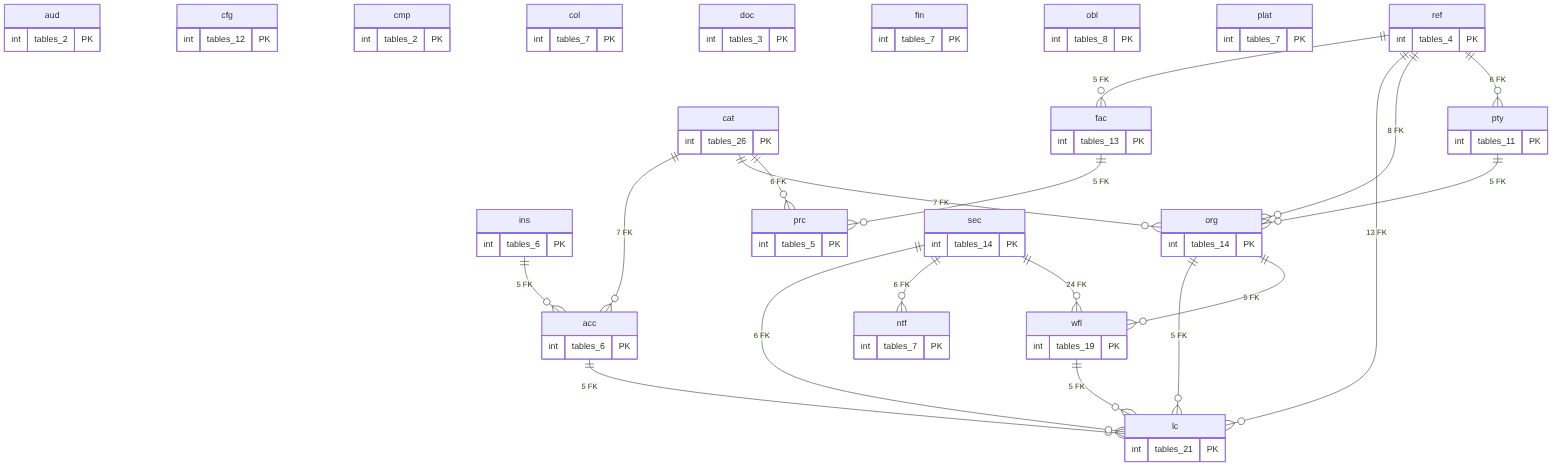
Above: treasury-platform/docs/diagrams/erd/schema_map.png in thawrasy/smartlines (Mermaid), before the change. Its source is kept beside it as treasury-platform/docs/diagrams/erd/schema_map.mmd. Source of this version:
```mermaid
erDiagram
  acc {
    int tables_6 PK
  }
  aud {
    int tables_2 PK
  }
  cat {
    int tables_26 PK
  }
  cfg {
    int tables_12 PK
  }
  cmp {
    int tables_2 PK
  }
  col {
    int tables_7 PK
  }
  doc {
    int tables_3 PK
  }
  fac {
    int tables_13 PK
  }
  fin {
    int tables_7 PK
  }
  ins {
    int tables_6 PK
  }
  lc {
    int tables_21 PK
  }
  ntf {
    int tables_7 PK
  }
  obl {
    int tables_8 PK
  }
  org {
    int tables_14 PK
  }
  plat {
    int tables_7 PK
  }
  prc {
    int tables_5 PK
  }
  pty {
    int tables_11 PK
  }
  ref {
    int tables_4 PK
  }
  sec {
    int tables_14 PK
  }
  wfl {
    int tables_19 PK
  }
  acc ||--o{ lc : "5 FK"
  cat ||--o{ acc : "7 FK"
  cat ||--o{ org : "7 FK"
  cat ||--o{ prc : "6 FK"
  fac ||--o{ prc : "5 FK"
  ins ||--o{ acc : "5 FK"
  org ||--o{ lc : "5 FK"
  org ||--o{ wfl : "5 FK"
  pty ||--o{ org : "5 FK"
  ref ||--o{ fac : "5 FK"
  ref ||--o{ lc : "13 FK"
  ref ||--o{ org : "8 FK"
  ref ||--o{ pty : "6 FK"
  sec ||--o{ lc : "6 FK"
  sec ||--o{ ntf : "6 FK"
  sec ||--o{ wfl : "24 FK"
  wfl ||--o{ lc : "5 FK"
```
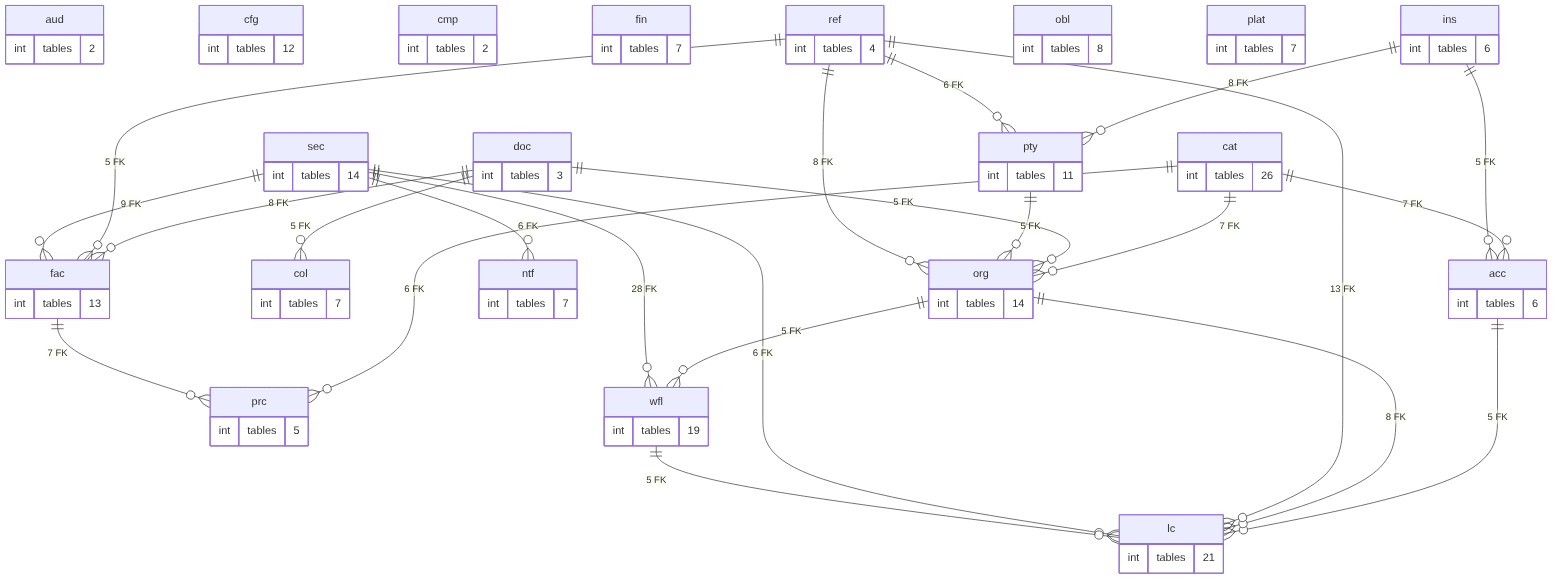
After the change.

The edit, as a diff of the source:
```diff
@@ -1,78 +1,83 @@
 erDiagram
   acc {
-    int tables_6 PK
+    int tables "6"
   }
   aud {
-    int tables_2 PK
+    int tables "2"
   }
   cat {
-    int tables_26 PK
+    int tables "26"
   }
   cfg {
-    int tables_12 PK
+    int tables "12"
   }
   cmp {
-    int tables_2 PK
+    int tables "2"
   }
   col {
-    int tables_7 PK
+    int tables "7"
   }
   doc {
-    int tables_3 PK
+    int tables "3"
   }
   fac {
-    int tables_13 PK
+    int tables "13"
   }
   fin {
-    int tables_7 PK
+    int tables "7"
   }
   ins {
-    int tables_6 PK
+    int tables "6"
   }
   lc {
-    int tables_21 PK
+    int tables "21"
   }
   ntf {
-    int tables_7 PK
+    int tables "7"
   }
   obl {
-    int tables_8 PK
+    int tables "8"
   }
   org {
-    int tables_14 PK
+    int tables "14"
   }
   plat {
-    int tables_7 PK
+    int tables "7"
   }
   prc {
-    int tables_5 PK
+    int tables "5"
   }
   pty {
-    int tables_11 PK
+    int tables "11"
   }
   ref {
-    int tables_4 PK
+    int tables "4"
   }
   sec {
-    int tables_14 PK
+    int tables "14"
   }
   wfl {
-    int tables_19 PK
+    int tables "19"
   }
   acc ||--o{ lc : "5 FK"
   cat ||--o{ acc : "7 FK"
   cat ||--o{ org : "7 FK"
   cat ||--o{ prc : "6 FK"
-  fac ||--o{ prc : "5 FK"
+  doc ||--o{ col : "5 FK"
+  doc ||--o{ fac : "8 FK"
+  doc ||--o{ org : "5 FK"
+  fac ||--o{ prc : "7 FK"
   ins ||--o{ acc : "5 FK"
-  org ||--o{ lc : "5 FK"
+  ins ||--o{ pty : "8 FK"
+  org ||--o{ lc : "8 FK"
   org ||--o{ wfl : "5 FK"
   pty ||--o{ org : "5 FK"
   ref ||--o{ fac : "5 FK"
   ref ||--o{ lc : "13 FK"
   ref ||--o{ org : "8 FK"
   ref ||--o{ pty : "6 FK"
+  sec ||--o{ fac : "9 FK"
   sec ||--o{ lc : "6 FK"
   sec ||--o{ ntf : "6 FK"
-  sec ||--o{ wfl : "24 FK"
+  sec ||--o{ wfl : "28 FK"
   wfl ||--o{ lc : "5 FK"
```
